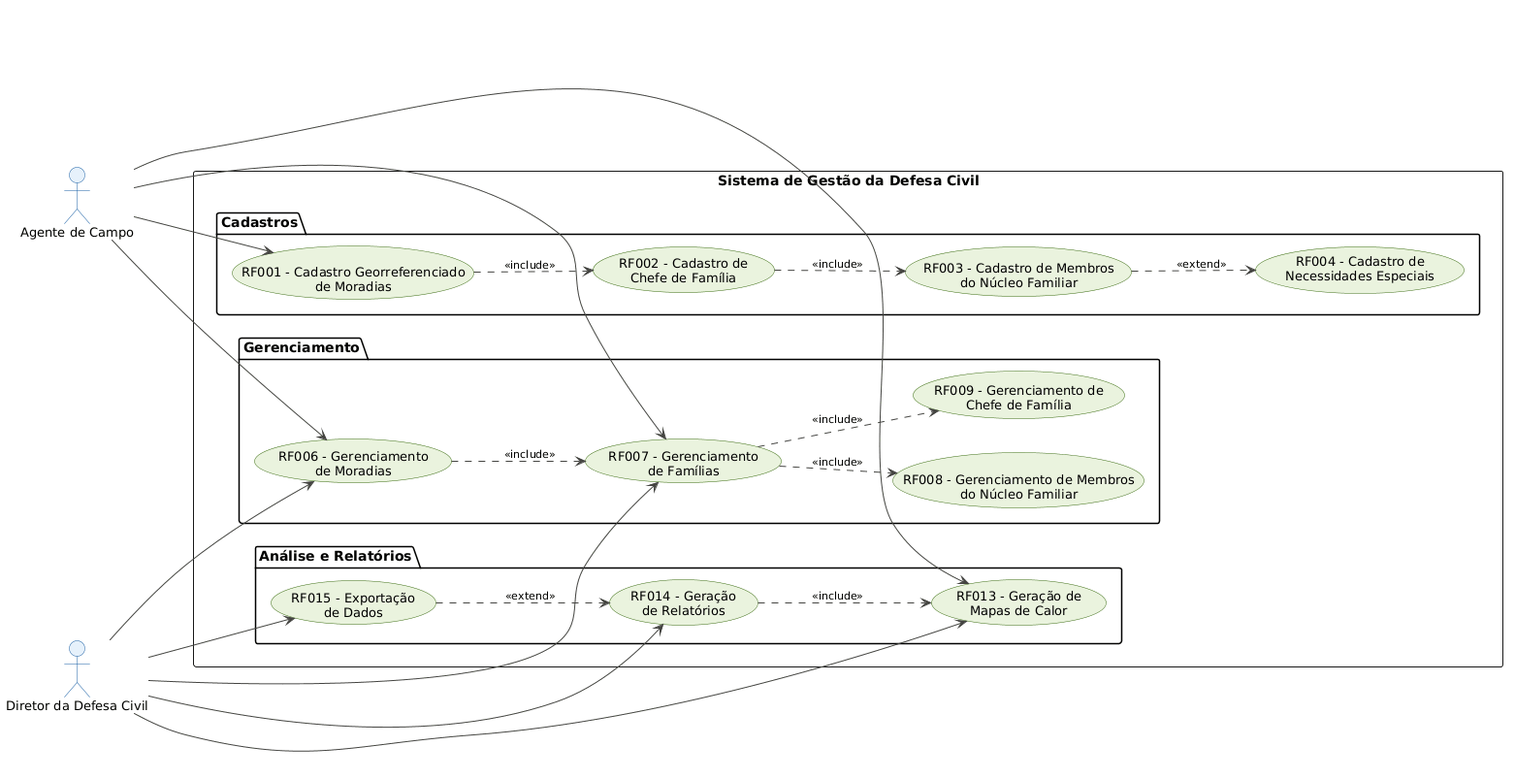
Above: documentos/outros/diagrama_de_casos_de_uso.png in davitricarico-wq/g03 (PlantUML), before the change. Its diagram source:
```plantuml
@startuml
skinparam usecase {
  BackgroundColor #EAF3DE
  BorderColor #3B6D11
  FontSize 13
  FontName Arial
}

skinparam actor {
  BackgroundColor #E6F1FB
  BorderColor #185FA5
  FontSize 13
  FontName Arial
}

skinparam ArrowColor #444441
skinparam ArrowFontSize 11
skinparam ArrowFontName Arial

left to right direction

actor "Agente de Campo"         as Agente
actor "Diretor da Defesa Civil" as Diretor

rectangle "Sistema de Gestão da Defesa Civil" {

  package "Cadastros" {
    usecase "RF001 - Cadastro Georreferenciado\nde Moradias"  as UC001
    usecase "RF002 - Cadastro de\nChefe de Família"           as UC002
    usecase "RF003 - Cadastro de Membros\ndo Núcleo Familiar" as UC003
    usecase "RF004 - Cadastro de\nNecessidades Especiais"     as UC004
  }

  package "Gerenciamento" {
    usecase "RF006 - Gerenciamento\nde Moradias"                   as UC006
    usecase "RF007 - Gerenciamento\nde Famílias"                   as UC007
    usecase "RF008 - Gerenciamento de Membros\ndo Núcleo Familiar" as UC008
    usecase "RF009 - Gerenciamento de\nChefe de Família"           as UC009
  }

  package "Análise e Relatórios" {
    usecase "RF013 - Geração de\nMapas de Calor" as UC013
    usecase "RF014 - Geração\nde Relatórios"     as UC014
    usecase "RF015 - Exportação\nde Dados"       as UC015
  }
}

Agente --> UC001
Agente --> UC006
Agente --> UC007
Agente --> UC013

Diretor --> UC006
Diretor --> UC007
Diretor --> UC013
Diretor --> UC014
Diretor --> UC015

UC001 ..> UC002 : <<include>>
UC002 ..> UC003 : <<include>>
UC006 ..> UC007 : <<include>>
UC007 ..> UC008 : <<include>>
UC007 ..> UC009 : <<include>>
UC014 ..> UC013 : <<include>>

UC003 ..> UC004 : <<extend>>
UC015 ..> UC014 : <<extend>>
@enduml
```
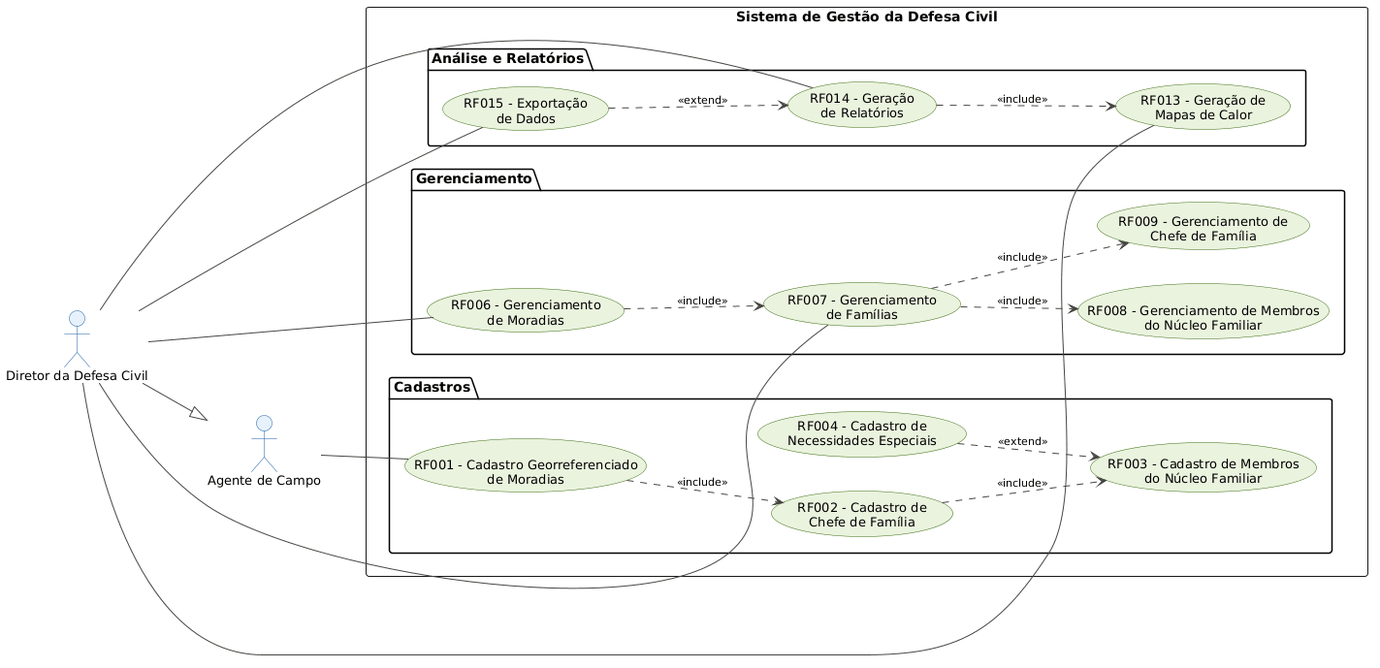
After the change.

Commit message:
docs(wad): ajuste no diagrama de casos de uso (reenvio de imagem)

Diff of the diagram source:
```diff
@@ -22,6 +22,8 @@
 actor "Agente de Campo"         as Agente
 actor "Diretor da Defesa Civil" as Diretor
 
+Diretor --|> Agente
+
 rectangle "Sistema de Gestão da Defesa Civil" {
 
   package "Cadastros" {
@@ -45,16 +47,13 @@
   }
 }
 
-Agente --> UC001
-Agente --> UC006
-Agente --> UC007
-Agente --> UC013
+Agente -- UC001
 
-Diretor --> UC006
-Diretor --> UC007
-Diretor --> UC013
-Diretor --> UC014
-Diretor --> UC015
+Diretor -- UC006
+Diretor -- UC007
+Diretor -- UC013
+Diretor -- UC014
+Diretor -- UC015
 
 UC001 ..> UC002 : <<include>>
 UC002 ..> UC003 : <<include>>
@@ -63,6 +62,6 @@
 UC007 ..> UC009 : <<include>>
 UC014 ..> UC013 : <<include>>
 
-UC003 ..> UC004 : <<extend>>
+UC004 ..> UC003 : <<extend>>
 UC015 ..> UC014 : <<extend>>
 @enduml
```
